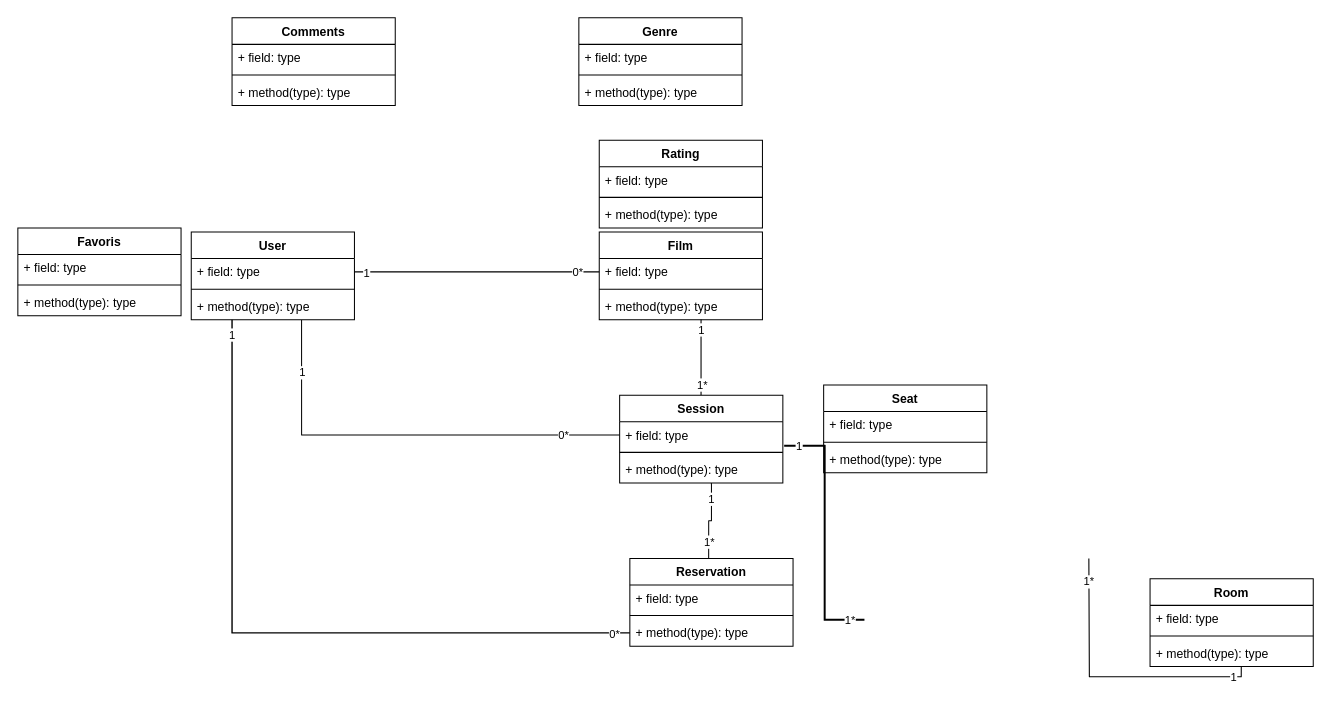
OUMAIMAtakrour/Cine_star keeps this draw.io diagram as conception/diagram.drawio. Above is the earlier version. Source tidied: cells renumbered, new cells numbered last; positions are measured from the earlier drawing's top-left corner, leaving out a move shared by most shapes. Both pictures are drawn from the tidied source at 102%, with x=0, y=0 at pixel (17, 17).
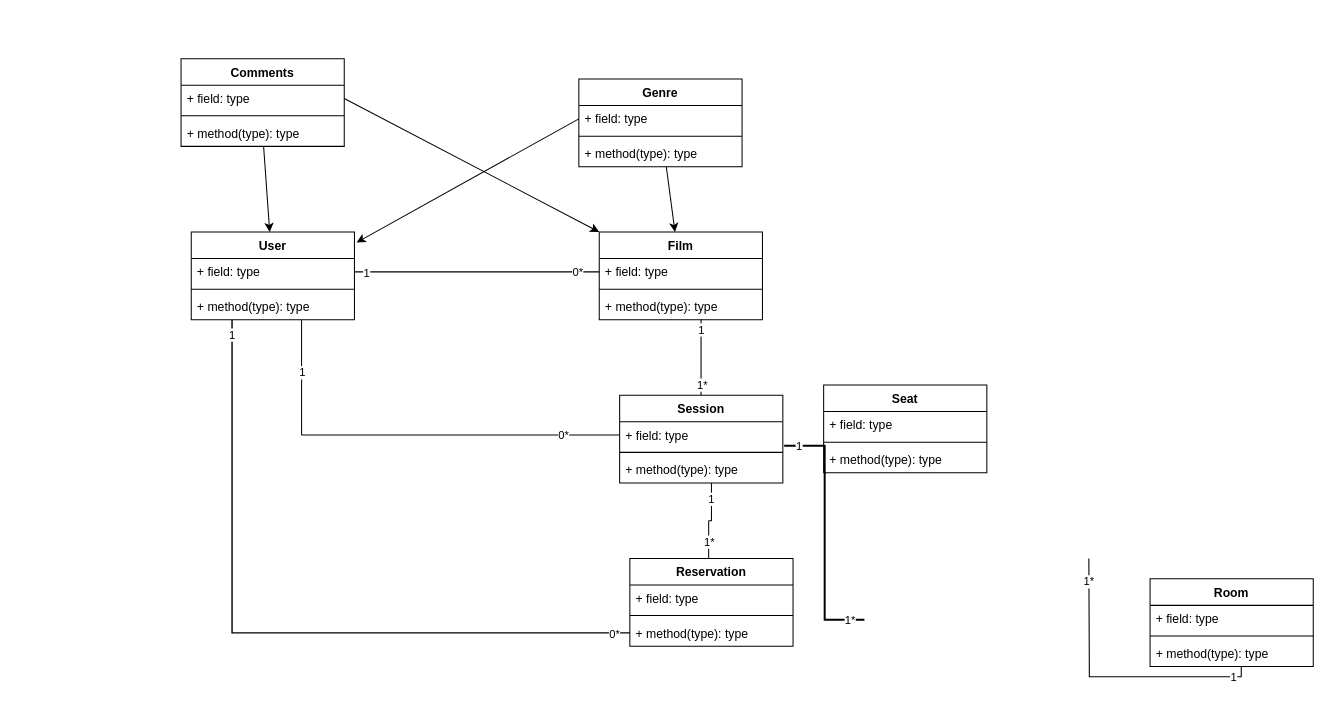
After the change.

The change refers to these unchanged cells:
```xml
<mxCell id="2" value="Film" style="swimlane;fontStyle=1;align=center;verticalAlign=top;horizontal=1;startSize=26;" parent="1" vertex="1">
  <mxGeometry x="570" y="210" width="160" height="86" as="geometry" />
</mxCell>
<mxCell id="19" value="User" style="swimlane;fontStyle=1;align=center;verticalAlign=top;horizontal=1;startSize=26;" parent="1" vertex="1">
  <mxGeometry x="170" y="210" width="160" height="86" as="geometry" />
</mxCell>
<mxCell id="56" value="+ field: type" style="text;strokeColor=none;fillColor=none;align=left;verticalAlign=top;spacingLeft=4;spacingRight=4;overflow=hidden;points=[[0,0.5],[1,0.5]];portConstraint=eastwest;" parent="55" vertex="1">
  <mxGeometry y="26" width="160" height="26" as="geometry" />
</mxCell>
<mxCell id="58" value="+ method(type): type" style="text;strokeColor=none;fillColor=none;align=left;verticalAlign=top;spacingLeft=4;spacingRight=4;overflow=hidden;points=[[0,0.5],[1,0.5]];portConstraint=eastwest;" parent="55" vertex="1">
  <mxGeometry y="60" width="160" height="26" as="geometry" />
</mxCell>
<mxCell id="60" value="+ field: type" style="text;strokeColor=none;fillColor=none;align=left;verticalAlign=top;spacingLeft=4;spacingRight=4;overflow=hidden;points=[[0,0.5],[1,0.5]];portConstraint=eastwest;" parent="59" vertex="1">
  <mxGeometry y="26" width="160" height="26" as="geometry" />
</mxCell>
```

The edit, as a diff of the source:
```diff
@@
-    <mxCell id="47" value="Favoris" style="swimlane;fontStyle=1;align=center;verticalAlign=top;horizontal=1;startSize=26;" parent="1" vertex="1">
-      <mxGeometry y="206" width="160" height="86" as="geometry" />
-    </mxCell>
-    <mxCell id="48" value="+ field: type" style="text;strokeColor=none;fillColor=none;align=left;verticalAlign=top;spacingLeft=4;spacingRight=4;overflow=hidden;" parent="47" vertex="1">
-      <mxGeometry y="26" width="160" height="26" as="geometry" />
-    </mxCell>
-    <mxCell id="49" style="line;strokeWidth=1;fillColor=none;align=left;verticalAlign=middle;spacingTop=-1;spacingLeft=3;spacingRight=3;labelPosition=right;strokeColor=inherit;" parent="47" vertex="1">
-      <mxGeometry y="52" width="160" height="8" as="geometry" />
-    </mxCell>
-    <mxCell id="50" value="+ method(type): type" style="text;strokeColor=none;fillColor=none;align=left;verticalAlign=top;spacingLeft=4;spacingRight=4;overflow=hidden;" parent="47" vertex="1">
-      <mxGeometry y="60" width="160" height="26" as="geometry" />
-    </mxCell>
-    <mxCell id="51" value="Rating" style="swimlane;fontStyle=1;align=center;verticalAlign=top;horizontal=1;startSize=26;" parent="1" vertex="1">
-      <mxGeometry x="570" y="120" width="160" height="86" as="geometry" />
-    </mxCell>
-    <mxCell id="52" value="+ field: type" style="text;strokeColor=none;fillColor=none;align=left;verticalAlign=top;spacingLeft=4;spacingRight=4;overflow=hidden;" parent="51" vertex="1">
-      <mxGeometry y="26" width="160" height="26" as="geometry" />
-    </mxCell>
-    <mxCell id="53" style="line;strokeWidth=1;fillColor=none;align=left;verticalAlign=middle;spacingTop=-1;spacingLeft=3;spacingRight=3;labelPosition=right;strokeColor=inherit;" parent="51" vertex="1">
-      <mxGeometry y="52" width="160" height="8" as="geometry" />
-    </mxCell>
-    <mxCell id="54" value="+ method(type): type" style="text;strokeColor=none;fillColor=none;align=left;verticalAlign=top;spacingLeft=4;spacingRight=4;overflow=hidden;" parent="51" vertex="1">
-      <mxGeometry y="60" width="160" height="26" as="geometry" />
-    </mxCell>
     <mxCell id="55" value="Comments" style="swimlane;fontStyle=1;align=center;verticalAlign=top;horizontal=1;startSize=26;" parent="1" vertex="1">
-      <mxGeometry x="210" width="160" height="86" as="geometry" />
+      <mxGeometry x="160" y="40" width="160" height="86" as="geometry" />
     </mxCell>
@@
+    <mxCell id="63" style="edgeStyle=none;html=1;" parent="1" edge="1" source="59" target="2">
+      <mxGeometry relative="1" as="geometry" />
+    </mxCell>
     <mxCell id="59" value="Genre" style="swimlane;fontStyle=1;align=center;verticalAlign=top;horizontal=1;startSize=26;" parent="1" vertex="1">
-      <mxGeometry x="550" width="160" height="86" as="geometry" />
+      <mxGeometry x="550" y="60" width="160" height="86" as="geometry" />
     </mxCell>
@@
+    <mxCell id="64" style="edgeStyle=none;html=1;exitX=0;exitY=0.5;exitDx=0;exitDy=0;entryX=1.013;entryY=0.12;entryDx=0;entryDy=0;entryPerimeter=0;" parent="1" edge="1" source="60" target="19">
+      <mxGeometry relative="1" as="geometry" />
+    </mxCell>
+    <mxCell id="65" style="edgeStyle=none;html=1;" parent="1" edge="1" source="58" target="19">
+      <mxGeometry relative="1" as="geometry" />
+    </mxCell>
+    <mxCell id="66" style="edgeStyle=none;html=1;exitX=1;exitY=0.5;exitDx=0;exitDy=0;entryX=0;entryY=0;entryDx=0;entryDy=0;" parent="1" edge="1" source="56" target="2">
+      <mxGeometry relative="1" as="geometry" />
+    </mxCell>
```
